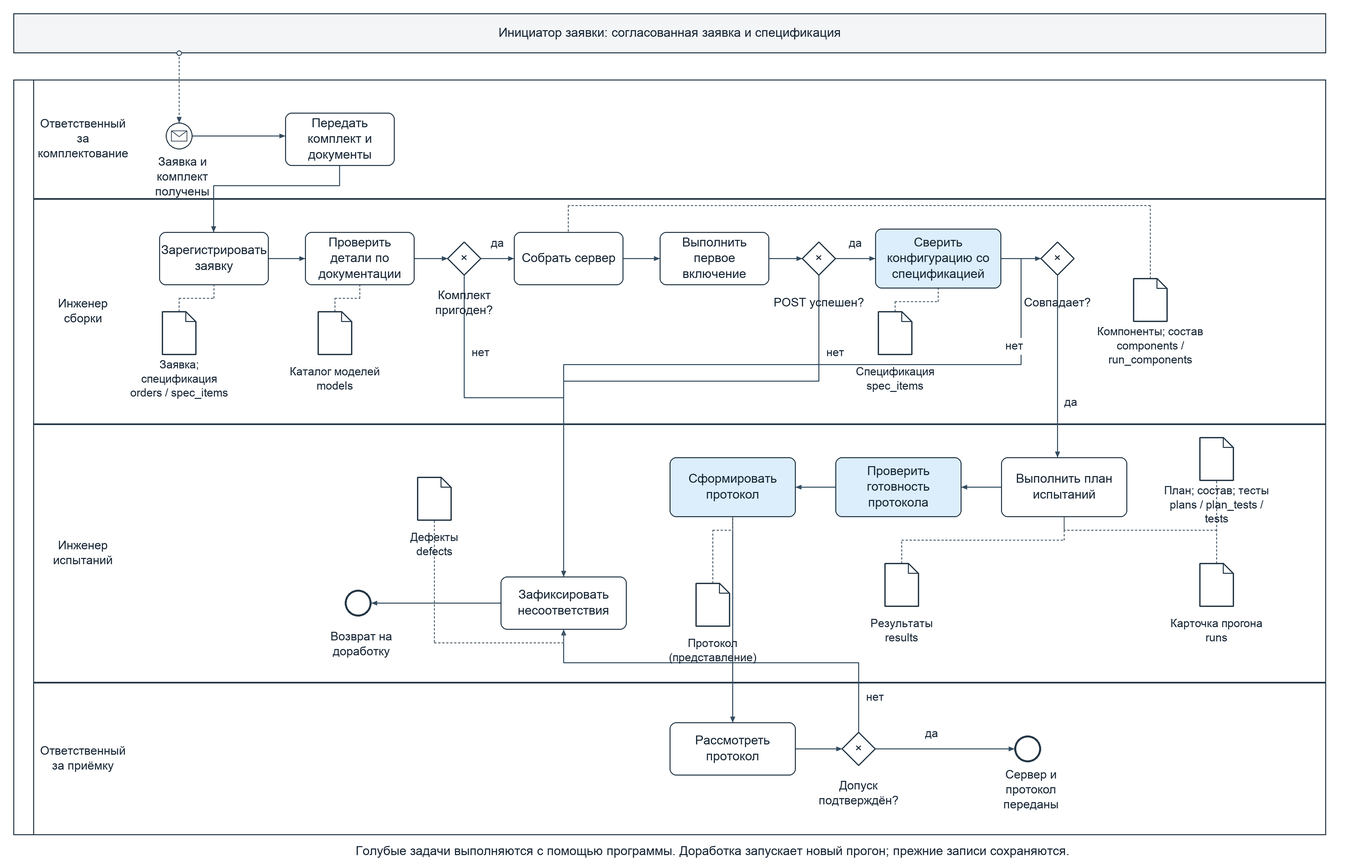
Earlier version of the BPMN export kt2/models/bpmn.png (aNOOBisTheGod/learning-practice). Its source is kept beside it as kt2/models/bpmn.bpmn. Ids are renumbered.
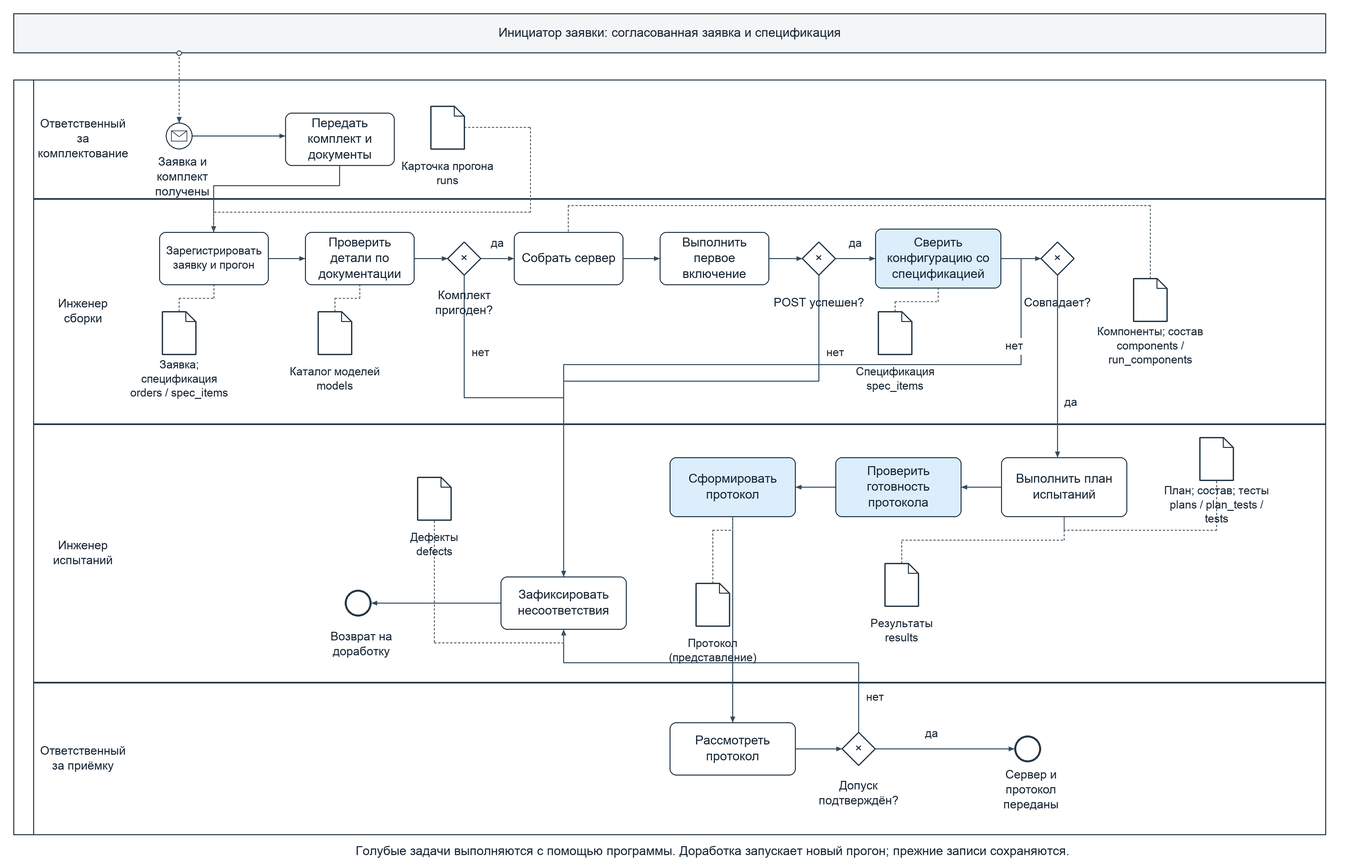
Above is the later version.

Diff of the diagram source:
```diff
@@ -41,7 +41,7 @@
       <bpmn:incoming>F0</bpmn:incoming>
       <bpmn:outgoing>F1</bpmn:outgoing>
     </bpmn:manualTask>
-    <bpmn:userTask id="Register" name="Зарегистрировать заявку">
+    <bpmn:userTask id="Register" name="Зарегистрировать заявку и прогон">
       <bpmn:incoming>F1</bpmn:incoming>
       <bpmn:outgoing>F2</bpmn:outgoing>
     </bpmn:userTask>
@@ -169,7 +169,7 @@
     <bpmn:association id="ADComponents" sourceRef="DComponents" targetRef="Assemble" associationDirection="None" />
     <bpmn:association id="ADSpec" sourceRef="DSpec" targetRef="Config" associationDirection="None" />
     <bpmn:association id="ADPlan" sourceRef="DPlan" targetRef="Run" associationDirection="None" />
-    <bpmn:association id="ADRun" sourceRef="DRun" targetRef="Run" associationDirection="None" />
+    <bpmn:association id="ADRun" sourceRef="DRun" targetRef="Register" associationDirection="None" />
     <bpmn:association id="ADResults" sourceRef="DResults" targetRef="Run" associationDirection="None" />
     <bpmn:association id="ADDefects" sourceRef="DDefects" targetRef="Defect" associationDirection="None" />
     <bpmn:association id="ADProtocol" sourceRef="DProtocol" targetRef="Protocol" associationDirection="None" />
@@ -300,9 +300,9 @@
         </bpmndi:BPMNLabel>
       </bpmndi:BPMNShape>
       <bpmndi:BPMNShape id="DRun_di" bpmnElement="DRun">
-        <dc:Bounds x="1810" y="850" width="50" height="65" />
+        <dc:Bounds x="650" y="160" width="50" height="65" />
         <bpmndi:BPMNLabel>
-          <dc:Bounds x="1750" y="920" width="170" height="65" />
+          <dc:Bounds x="590" y="230" width="170" height="65" />
         </bpmndi:BPMNLabel>
       </bpmndi:BPMNShape>
       <bpmndi:BPMNShape id="DResults_di" bpmnElement="DResults">
@@ -469,10 +469,11 @@
         <di:waypoint x="1605.0" y="780" />
       </bpmndi:BPMNEdge>
       <bpmndi:BPMNEdge id="ADRun_di" bpmnElement="ADRun">
-        <di:waypoint x="1835.0" y="850" />
-        <di:waypoint x="1835.0" y="800" />
-        <di:waypoint x="1605.0" y="800" />
-        <di:waypoint x="1605.0" y="780" />
+        <di:waypoint x="700" y="192" />
+        <di:waypoint x="800" y="192" />
+        <di:waypoint x="800" y="320" />
+        <di:waypoint x="322" y="320" />
+        <di:waypoint x="322" y="350" />
       </bpmndi:BPMNEdge>
       <bpmndi:BPMNEdge id="ADResults_di" bpmnElement="ADResults">
         <di:waypoint x="1360" y="850" />
```
